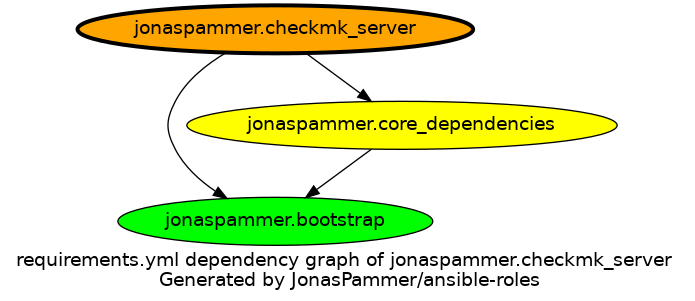
Earlier version of the Graphviz export graphs/dependencies_checkmk_server.png (JonasPammer/ansible-roles). Its source is kept beside it as graphs/dependencies_checkmk_server.dot.
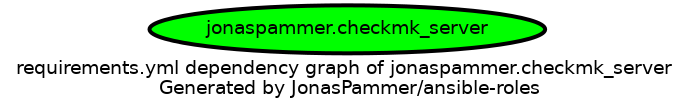
After the commit.

Change to the diagram source:
```diff
@@ -3,12 +3,8 @@
   overlap=false
 
   {
-    "jonaspammer.checkmk_server" [fillcolor=orange style=filled penwidth=3]
-    "jonaspammer.bootstrap" [fillcolor=green style=filled ]
-    "jonaspammer.core_dependencies" [fillcolor=yellow style=filled ]
+    "jonaspammer.checkmk_server" [fillcolor=green style=filled penwidth=3]
   }
 
 
-  "jonaspammer.checkmk_server" -> {"jonaspammer.bootstrap" "jonaspammer.core_dependencies"}
-  "jonaspammer.core_dependencies" -> {"jonaspammer.bootstrap"}
 }
```
